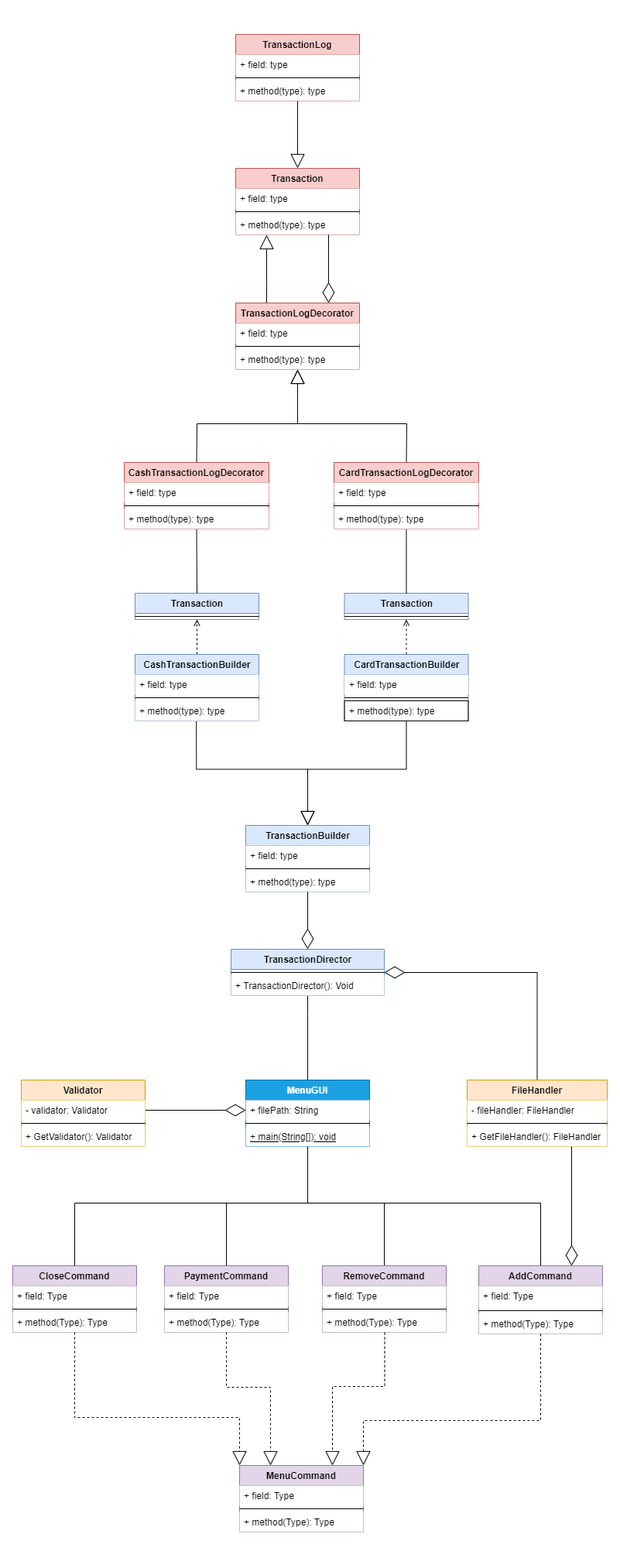
alan-oregan/OODP-Project keeps this draw.io diagram as images/OODP-Project-UML.drawio.png. Above is the earlier version. Source tidied: cells renumbered, new cells last; positions are measured from the earlier drawing's top-left corner, leaving out a move shared by most shapes.
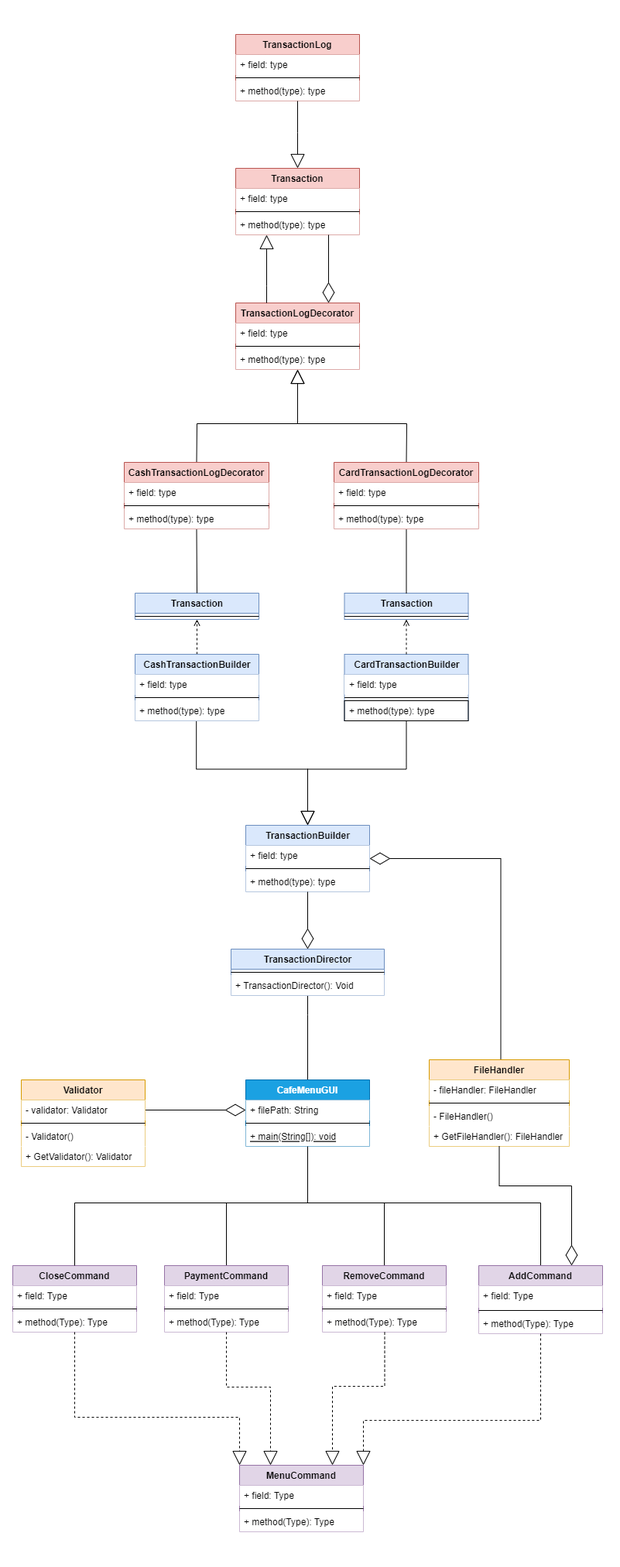
The same diagram one commit later.

What changed in the source:
```diff
@@ -45,7 +45,7 @@
         </Array>
       </mxGeometry>
     </mxCell>
-    <mxCell id="9" value="MenuGUI" style="swimlane;fontStyle=1;align=center;verticalAlign=top;horizontal=1;startSize=26;labelBackgroundColor=none;fillColor=#1ba1e2;fontColor=#ffffff;strokeColor=#006EAF;" parent="1" vertex="1">
+    <mxCell id="9" value="CafeMenuGUI" style="swimlane;fontStyle=1;align=center;verticalAlign=top;horizontal=1;startSize=26;labelBackgroundColor=none;fillColor=#1ba1e2;fontColor=#ffffff;strokeColor=#006EAF;" parent="1" vertex="1">
       <mxGeometry x="317" y="1395" width="160" height="86" as="geometry" />
     </mxCell>
     <mxCell id="10" value="+ filePath: String" style="text;align=left;verticalAlign=top;spacingLeft=4;spacingRight=4;overflow=hidden;points=[[0,0.5],[1,0.5]];portConstraint=eastwest;labelBackgroundColor=none;fillColor=default;" parent="9" vertex="1">
@@ -118,7 +118,7 @@
       <mxGeometry y="26" width="160" height="8" as="geometry" />
     </mxCell>
     <mxCell id="33" value="Validator" style="swimlane;fontStyle=1;align=center;verticalAlign=top;horizontal=1;startSize=26;labelBackgroundColor=none;fillColor=#ffe6cc;strokeColor=#d79b00;" parent="1" vertex="1">
-      <mxGeometry x="27" y="1395" width="160" height="86" as="geometry" />
+      <mxGeometry x="27" y="1395" width="160" height="112" as="geometry" />
     </mxCell>
     <mxCell id="34" value="- validator: Validator" style="text;align=left;verticalAlign=top;spacingLeft=4;spacingRight=4;overflow=hidden;points=[[0,0.5],[1,0.5]];portConstraint=eastwest;labelBackgroundColor=none;fillColor=default;" parent="33" vertex="1">
       <mxGeometry y="26" width="160" height="26" as="geometry" />
@@ -126,18 +126,22 @@
     <mxCell id="35" style="line;strokeWidth=1;align=left;verticalAlign=middle;spacingTop=-1;spacingLeft=3;spacingRight=3;labelPosition=right;labelBackgroundColor=none;" parent="33" vertex="1">
       <mxGeometry y="52" width="160" height="8" as="geometry" />
     </mxCell>
+    <mxCell id="99" value="- Validator()" style="text;align=left;verticalAlign=top;spacingLeft=4;spacingRight=4;overflow=hidden;labelBackgroundColor=none;fillColor=default;" parent="33" vertex="1">
+      <mxGeometry y="60" width="160" height="26" as="geometry" />
+    </mxCell>
     <mxCell id="36" value="+ GetValidator(): Validator" style="text;align=left;verticalAlign=top;spacingLeft=4;spacingRight=4;overflow=hidden;labelBackgroundColor=none;fillColor=default;" parent="33" vertex="1">
-      <mxGeometry y="60" width="160" height="26" as="geometry" />
+      <mxGeometry y="86" width="160" height="26" as="geometry" />
     </mxCell>
-    <mxCell id="37" style="edgeStyle=orthogonalEdgeStyle;rounded=0;jumpSize=10;jettySize=auto;html=1;strokeWidth=1;fontSize=11;startArrow=diamondThin;startFill=0;endArrow=none;endFill=0;startSize=24;endSize=0;sourcePerimeterSpacing=0;targetPerimeterSpacing=0;exitX=1;exitY=0.5;exitDx=0;exitDy=0;labelBackgroundColor=none;entryX=0.5;entryY=0;entryDx=0;entryDy=0;" parent="1" edge="1" source="46" target="38">
+    <mxCell id="37" style="edgeStyle=orthogonalEdgeStyle;rounded=0;jumpSize=10;jettySize=auto;html=1;strokeWidth=1;fontSize=11;startArrow=diamondThin;startFill=0;endArrow=none;endFill=0;startSize=24;endSize=0;sourcePerimeterSpacing=0;targetPerimeterSpacing=0;exitX=1;exitY=0.5;exitDx=0;exitDy=0;labelBackgroundColor=none;entryX=0.511;entryY=-0.007;entryDx=0;entryDy=0;entryPerimeter=0;" parent="1" edge="1" source="13" target="38">
       <mxGeometry relative="1" as="geometry">
         <Array as="points">
-          <mxPoint x="694" y="1256" />
+          <mxPoint x="646" y="1109" />
+          <mxPoint x="646" y="1368" />
         </Array>
       </mxGeometry>
     </mxCell>
     <mxCell id="38" value="FileHandler" style="swimlane;fontStyle=1;align=center;verticalAlign=top;horizontal=1;startSize=26;labelBackgroundColor=none;fillColor=#ffe6cc;strokeColor=#d79b00;" parent="1" vertex="1">
-      <mxGeometry x="603" y="1395" width="181" height="86" as="geometry" />
+      <mxGeometry x="554" y="1369" width="181" height="112" as="geometry" />
     </mxCell>
     <mxCell id="39" value="- fileHandler: FileHandler" style="text;align=left;verticalAlign=top;spacingLeft=4;spacingRight=4;overflow=hidden;labelBackgroundColor=none;fillColor=default;" parent="38" vertex="1">
       <mxGeometry y="26" width="181" height="26" as="geometry" />
@@ -145,9 +149,12 @@
     <mxCell id="40" style="line;strokeWidth=1;align=left;verticalAlign=middle;spacingTop=-1;spacingLeft=3;spacingRight=3;labelPosition=right;labelBackgroundColor=none;" parent="38" vertex="1">
       <mxGeometry y="52" width="181" height="8" as="geometry" />
     </mxCell>
-    <mxCell id="41" value="+ GetFileHandler(): FileHandler" style="text;align=left;verticalAlign=top;spacingLeft=4;spacingRight=4;overflow=hidden;labelBackgroundColor=none;fillColor=default;" parent="38" vertex="1">
+    <mxCell id="41" value="- FileHandler()" style="text;align=left;verticalAlign=top;spacingLeft=4;spacingRight=4;overflow=hidden;labelBackgroundColor=none;fillColor=default;" parent="38" vertex="1">
       <mxGeometry y="60" width="181" height="26" as="geometry" />
     </mxCell>
+    <mxCell id="100" value="+ GetFileHandler(): FileHandler" style="text;align=left;verticalAlign=top;spacingLeft=4;spacingRight=4;overflow=hidden;labelBackgroundColor=none;fillColor=default;" parent="38" vertex="1">
+      <mxGeometry y="86" width="181" height="26" as="geometry" />
+    </mxCell>
     <mxCell id="42" value="AddCommand" style="swimlane;fontStyle=1;align=center;verticalAlign=top;horizontal=1;startSize=26;labelBackgroundColor=none;fillColor=#e1d5e7;strokeColor=#9673a6;" parent="1" vertex="1">
       <mxGeometry x="618" y="1635" width="160" height="88" as="geometry" />
     </mxCell>
@@ -172,10 +179,11 @@
     <mxCell id="49" style="edgeStyle=orthogonalEdgeStyle;rounded=0;jettySize=auto;html=1;strokeWidth=1;endArrow=none;endFill=0;startArrow=diamondThin;startFill=0;targetPerimeterSpacing=0;sourcePerimeterSpacing=0;jumpSize=11;endSize=0;fontSize=11;startSize=24;exitX=0.5;exitY=0;exitDx=0;exitDy=0;labelBackgroundColor=none;entryX=0.5;entryY=1;entryDx=0;entryDy=0;" parent="1" edge="1" source="46" target="13">
       <mxGeometry relative="1" as="geometry" />
     </mxCell>
-    <mxCell id="50" style="edgeStyle=orthogonalEdgeStyle;rounded=0;jettySize=auto;html=1;strokeWidth=1;endArrow=none;endFill=0;startArrow=diamondThin;startFill=0;startSize=24;endSize=0;sourcePerimeterSpacing=0;targetPerimeterSpacing=0;entryX=0.75;entryY=1;entryDx=0;entryDy=0;labelBackgroundColor=none;jumpStyle=arc;exitX=0.75;exitY=0;exitDx=0;exitDy=0;" parent="1" edge="1" source="42" target="38">
+    <mxCell id="50" style="edgeStyle=orthogonalEdgeStyle;rounded=0;jettySize=auto;html=1;strokeWidth=1;endArrow=none;endFill=0;startArrow=diamondThin;startFill=0;startSize=24;endSize=0;sourcePerimeterSpacing=0;targetPerimeterSpacing=0;entryX=0.5;entryY=1;entryDx=0;entryDy=0;labelBackgroundColor=none;jumpStyle=arc;exitX=0.75;exitY=0;exitDx=0;exitDy=0;" parent="1" edge="1" source="42" target="38">
       <mxGeometry relative="1" as="geometry">
         <Array as="points">
-          <mxPoint x="738" y="1481" />
+          <mxPoint x="738" y="1532" />
+          <mxPoint x="645" y="1532" />
         </Array>
       </mxGeometry>
     </mxCell>
```
